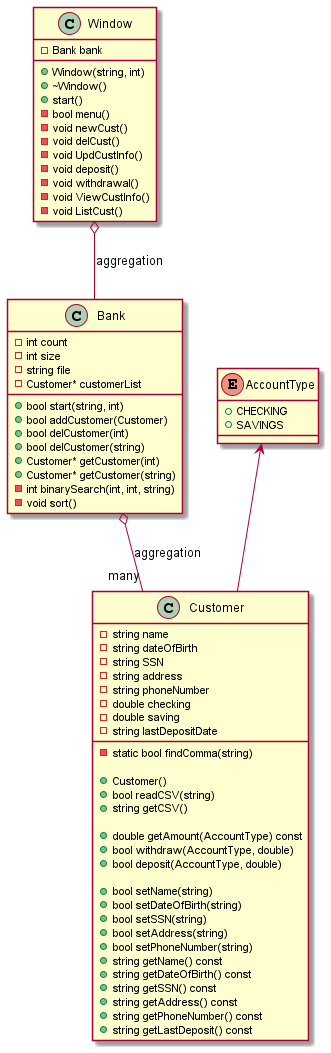
Above: UML.png in Ewheeler121/CS2-TermProject (PlantUML), before the change. Its diagram source:
```plantuml
@startuml

Window o-- Bank : aggregation
class Window{
+Window(string, int)
+~Window()
+start()
-Bank bank
-bool menu()
-void newCust()
-void delCust()
-void UpdCustInfo()
-void deposit()
-void withdrawal()
-void ViewCustInfo()
-void ListCust()

}

Bank  o-- "many" Customer : aggregation
class Bank{
+bool start(string, int)
+bool addCustomer(Customer)
+bool delCustomer(int)
+bool delCustomer(string)
+Customer* getCustomer(int)
+Customer* getCustomer(string)
-int count
-int size
-string file
-Customer* customerList
-int binarySearch(int, int, string)
-void sort()
}

class Customer{
-string name
-string dateOfBirth
-string SSN
-string address
-string phoneNumber
-double checking
-double saving
-string lastDepositDate
-static bool findComma(string)

+Customer()
+bool readCSV(string)
+string getCSV()

+double getAmount(AccountType) const
+bool withdraw(AccountType, double)
+bool deposit(AccountType, double)

+bool setName(string)
+bool setDateOfBirth(string)
+bool setSSN(string)
+bool setAddress(string)
+bool setPhoneNumber(string)
+string getName() const
+string getDateOfBirth() const
+string getSSN() const
+string getAddress() const
+string getPhoneNumber() const
+string getLastDeposit() const
}

AccountType <-- Customer
enum AccountType {
    +CHECKING
    +SAVINGS
}
@enduml
```
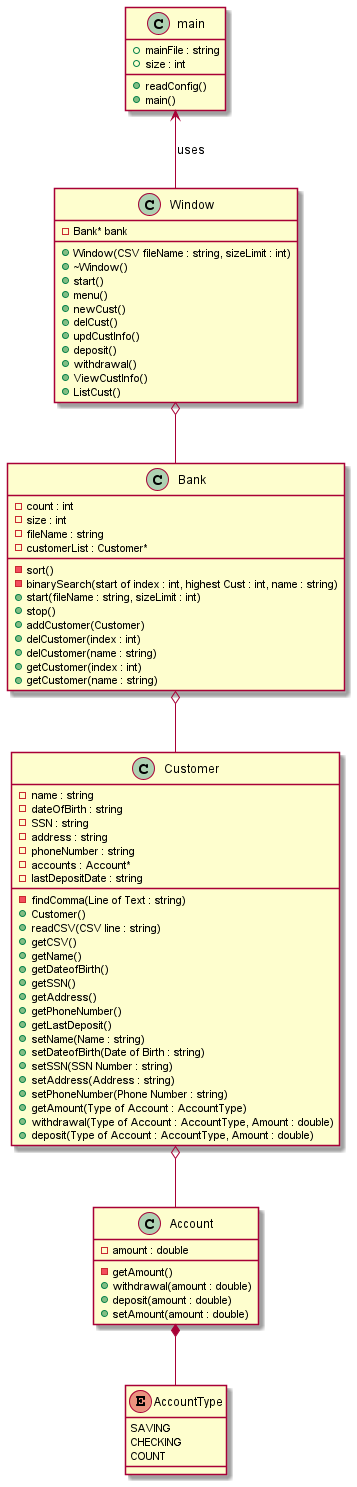
Above is the later version.

Commit message:
updated UML file and added source

What changed in the source:
```diff
@@ -1,73 +1,93 @@
 @startuml
 
-Window o-- Bank : aggregation
+class main{
+    +mainFile : string
+    +size : int
+    +readConfig()
+    +main()
+}
+
+main <-- Window : uses
+
 class Window{
-+Window(string, int)
-+~Window()
-+start()
--Bank bank
--bool menu()
--void newCust()
--void delCust()
--void UpdCustInfo()
--void deposit()
--void withdrawal()
--void ViewCustInfo()
--void ListCust()
+    -Bank* bank
+    +Window(CSV fileName : string, sizeLimit : int)
+    +~Window()
+    +start()
+    +menu()
+    +newCust()
+    +delCust()
+    +updCustInfo()
+    +deposit()
+    +withdrawal()
+    +ViewCustInfo()
+    +ListCust()
+}
+
+Window o-- Bank
+
+class Bank{
+    -count : int
+    -size : int
+    -fileName : string
+    -customerList : Customer*
+    -sort()
+    -binarySearch(start of index : int, highest Cust : int, name : string)
+    +start(fileName : string, sizeLimit : int)
+    +stop()
+    +addCustomer(Customer)
+    +delCustomer(index : int)
+    +delCustomer(name : string)
+    +getCustomer(index : int)
+    +getCustomer(name : string)
+}
+
+Bank o-- Customer
+
+class Customer{
+    -name : string
+    -dateOfBirth : string
+    -SSN : string
+    -address : string
+    -phoneNumber : string
+    -accounts : Account*
+    -lastDepositDate : string
+    -findComma(Line of Text : string)
+    +Customer()
+    +readCSV(CSV line : string)
+    +getCSV()
+    +getName()
+    +getDateofBirth()
+    +getSSN()
+    +getAddress()
+    +getPhoneNumber()
+    +getLastDeposit()
+    +setName(Name : string)
+    +setDateofBirth(Date of Birth : string)
+    +setSSN(SSN Number : string)
+    +setAddress(Address : string)
+    +setPhoneNumber(Phone Number : string)
+    +getAmount(Type of Account : AccountType)
+    +withdrawal(Type of Account : AccountType, Amount : double)
+    +deposit(Type of Account : AccountType, Amount : double)
 
 }
 
-Bank  o-- "many" Customer : aggregation
-class Bank{
-+bool start(string, int)
-+bool addCustomer(Customer)
-+bool delCustomer(int)
-+bool delCustomer(string)
-+Customer* getCustomer(int)
-+Customer* getCustomer(string)
--int count
--int size
--string file
--Customer* customerList
--int binarySearch(int, int, string)
--void sort()
+Customer o--Account
+
+class Account{
+-amount : double
+-getAmount()
++withdrawal(amount : double)
++deposit(amount : double)
++setAmount(amount : double)
 }
 
-class Customer{
--string name
--string dateOfBirth
--string SSN
--string address
--string phoneNumber
--double checking
--double saving
--string lastDepositDate
--static bool findComma(string)
+Account *-- AccountType
 
-+Customer()
-+bool readCSV(string)
-+string getCSV()
-
-+double getAmount(AccountType) const
-+bool withdraw(AccountType, double)
-+bool deposit(AccountType, double)
-
-+bool setName(string)
-+bool setDateOfBirth(string)
-+bool setSSN(string)
-+bool setAddress(string)
-+bool setPhoneNumber(string)
-+string getName() const
-+string getDateOfBirth() const
-+string getSSN() const
-+string getAddress() const
-+string getPhoneNumber() const
-+string getLastDeposit() const
-}
-
-AccountType <-- Customer
-enum AccountType {
-    +CHECKING
-    +SAVINGS
+enum AccountType{
+    SAVING
+    CHECKING
+    COUNT
 }
 @enduml
```
